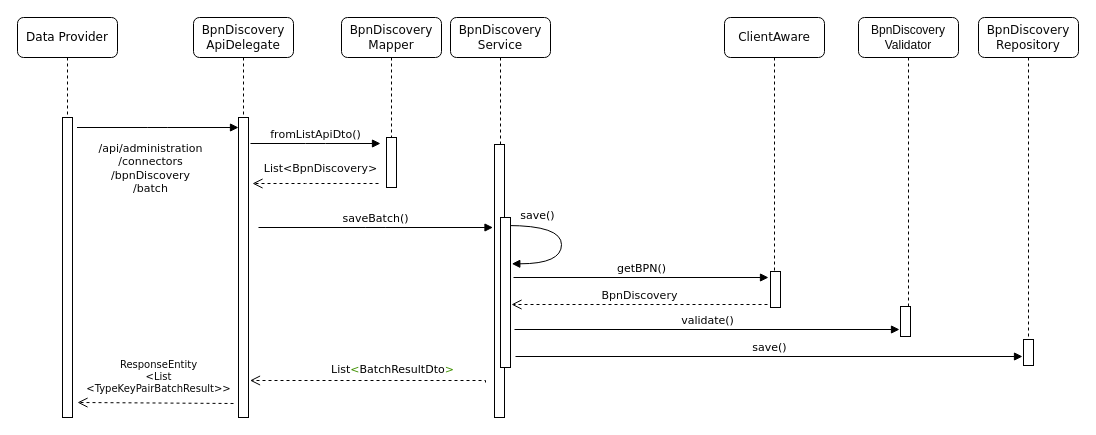
Above: docs/media/drawings/AddEntityBatch_BD.drawio in eclipse-tractusx/sldt-bpn-discovery (draw.io), before the change. Source tidied: cells renumbered, new cells numbered last; positions are measured from the earlier drawing's top-left corner, leaving out a move shared by most shapes. Both pictures are drawn from the tidied source at 100%, with x=0, y=0 at pixel (17, 17).
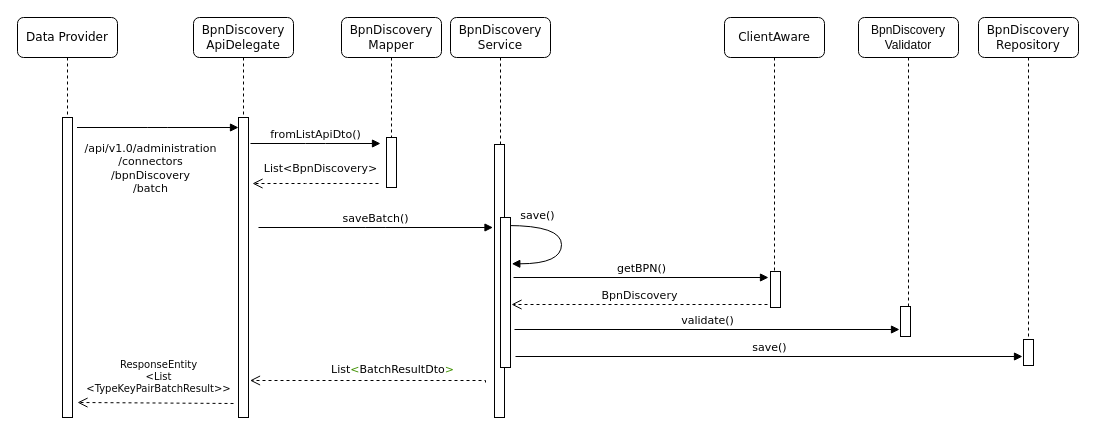
The same diagram, later.

Change to the diagram source:
```diff
@@
-    <mxCell id="13" value="&lt;div style=&quot;background-color: rgb(255, 255, 255); color: rgb(8, 8, 8);&quot;&gt;&lt;font style=&quot;font-size: 11px;&quot; face=&quot;Verdana&quot;&gt;/api/administration&lt;/font&gt;&lt;/div&gt;&lt;div style=&quot;background-color: rgb(255, 255, 255); color: rgb(8, 8, 8);&quot;&gt;&lt;font style=&quot;font-size: 11px;&quot; face=&quot;Verdana&quot;&gt;/connectors&lt;/font&gt;&lt;/div&gt;&lt;div style=&quot;background-color: rgb(255, 255, 255); color: rgb(8, 8, 8);&quot;&gt;&lt;font style=&quot;font-size: 11px;&quot; face=&quot;Verdana&quot;&gt;/bpnDiscovery&lt;/font&gt;&lt;/div&gt;&lt;div style=&quot;background-color: rgb(255, 255, 255); color: rgb(8, 8, 8);&quot;&gt;&lt;font style=&quot;font-size: 11px;&quot; face=&quot;Verdana&quot;&gt;/batch&lt;/font&gt;&lt;/div&gt;" style="html=1;verticalAlign=bottom;endArrow=block;labelBackgroundColor=none;fontFamily=Verdana;fontSize=11;edgeStyle=elbowEdgeStyle;elbow=vertical;" parent="1" edge="1">
+    <mxCell id="13" value="&lt;div style=&quot;background-color: rgb(255, 255, 255); color: rgb(8, 8, 8);&quot;&gt;&lt;font style=&quot;font-size: 11px;&quot; face=&quot;Verdana&quot;&gt;/api/v1.0/administration&lt;/font&gt;&lt;/div&gt;&lt;div style=&quot;background-color: rgb(255, 255, 255); color: rgb(8, 8, 8);&quot;&gt;&lt;font style=&quot;font-size: 11px;&quot; face=&quot;Verdana&quot;&gt;/connectors&lt;/font&gt;&lt;/div&gt;&lt;div style=&quot;background-color: rgb(255, 255, 255); color: rgb(8, 8, 8);&quot;&gt;&lt;font style=&quot;font-size: 11px;&quot; face=&quot;Verdana&quot;&gt;/bpnDiscovery&lt;/font&gt;&lt;/div&gt;&lt;div style=&quot;background-color: rgb(255, 255, 255); color: rgb(8, 8, 8);&quot;&gt;&lt;font style=&quot;font-size: 11px;&quot; face=&quot;Verdana&quot;&gt;/batch&lt;/font&gt;&lt;/div&gt;" style="html=1;verticalAlign=bottom;endArrow=block;labelBackgroundColor=none;fontFamily=Verdana;fontSize=11;edgeStyle=elbowEdgeStyle;elbow=vertical;" parent="1" edge="1">
       <mxGeometry x="-0.11" y="-70" relative="1" as="geometry">
         <mxPoint x="59.5" y="110" as="sourcePoint" />
         <mxPoint x="221" y="110" as="targetPoint" />
         <mxPoint x="1" as="offset" />
       </mxGeometry>
     </mxCell>
```
